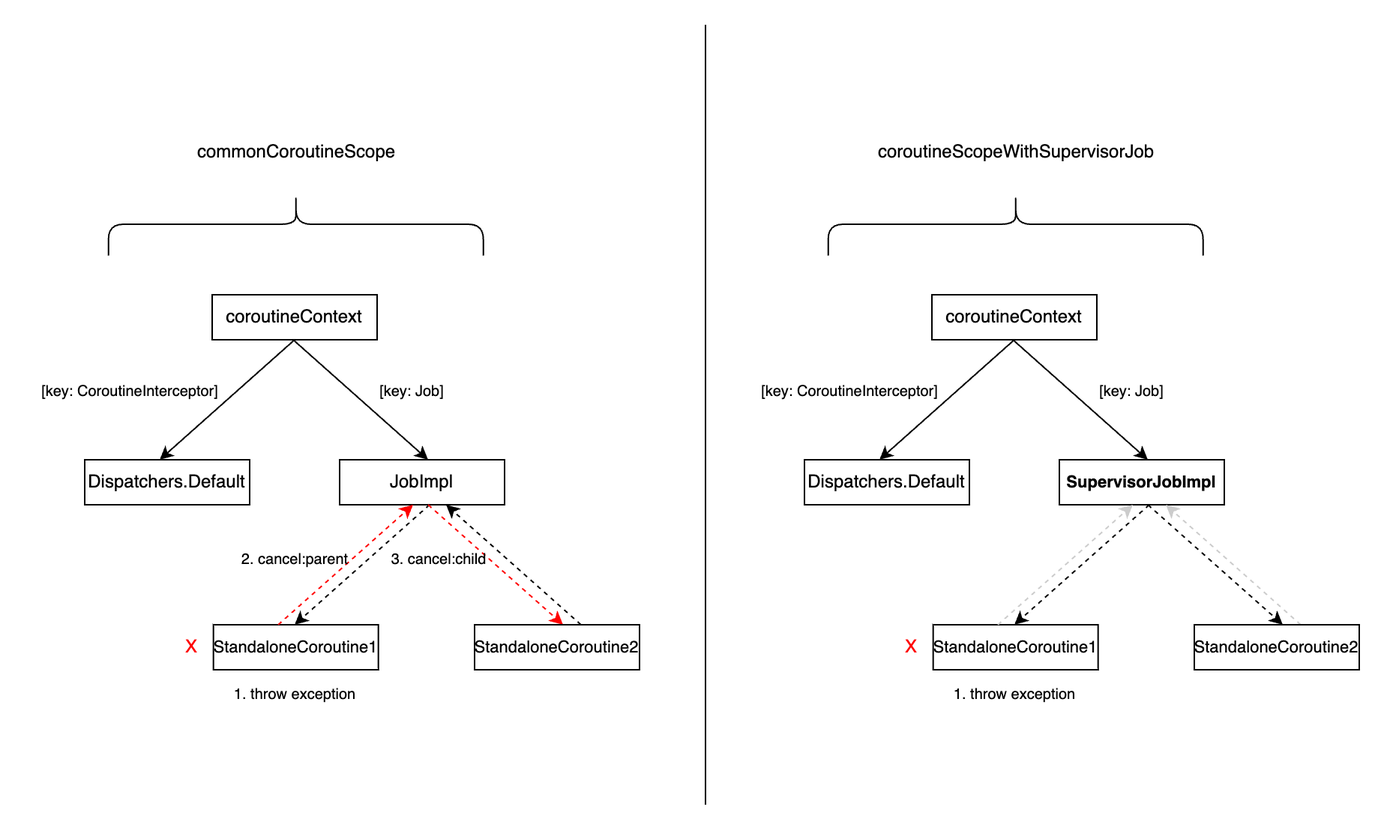
This is Supervisor.drawio.png from chdhy/ImageHosting, a draw.io export, as it was before one commit. Source tidied: cells renumbered, new cells last; positions are measured from the earlier drawing's top-left corner, leaving out a move shared by most shapes.
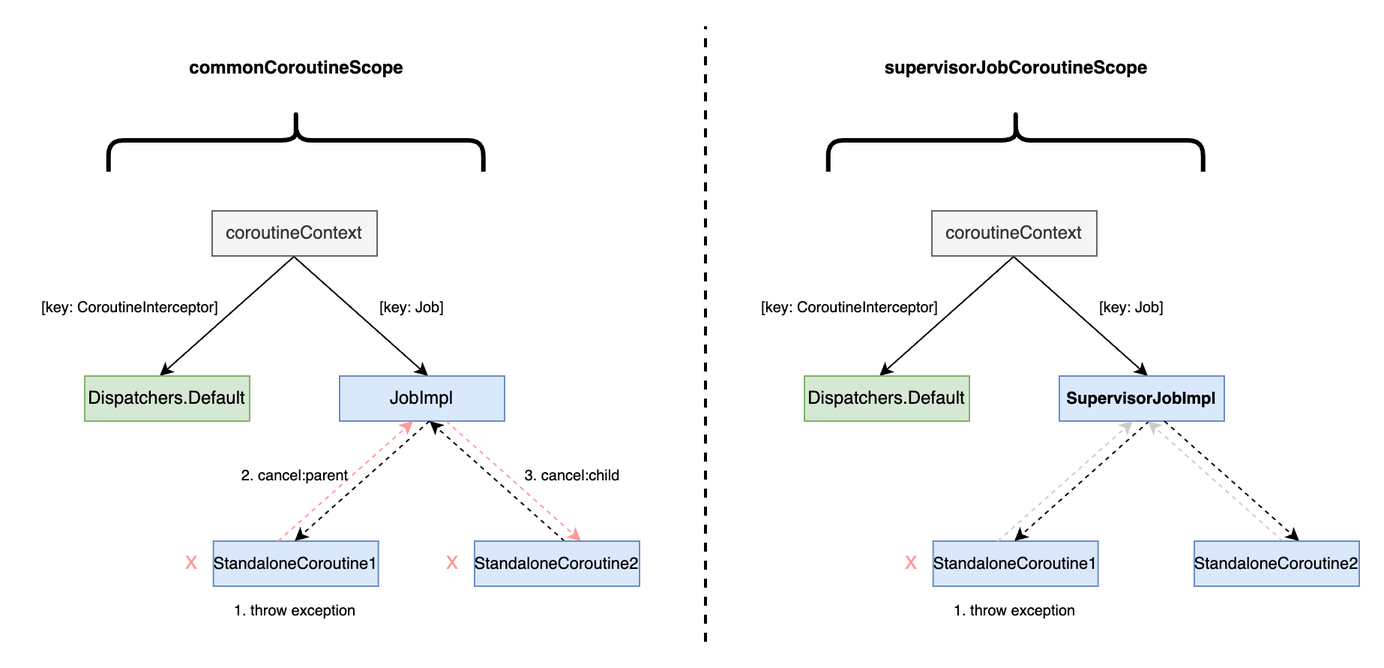
The same file after the commit.

The edit, as a diff of the source:
```diff
@@ -2,11 +2,11 @@
   <root>
     <mxCell id="0" />
     <mxCell id="1" parent="0" />
-    <mxCell id="2" style="shape=curlyBracket;whiteSpace=wrap;html=1;rounded=1;labelPosition=left;verticalLabelPosition=middle;align=right;verticalAlign=middle;direction=south;" parent="1" vertex="1">
+    <mxCell id="2" style="shape=curlyBracket;whiteSpace=wrap;html=1;rounded=1;labelPosition=left;verticalLabelPosition=middle;align=right;verticalAlign=middle;direction=south;fontStyle=1;strokeWidth=3;" parent="1" vertex="1">
       <mxGeometry x="55.8" y="112.2" width="250" height="41.7" as="geometry" />
     </mxCell>
-    <mxCell id="3" value="commonCoroutineScope" style="text;html=1;align=center;verticalAlign=middle;strokeColor=none;fillColor=none;" parent="1" vertex="1">
-      <mxGeometry x="100.8" y="70" width="160" height="30" as="geometry" />
+    <mxCell id="3" value="commonCoroutineScope" style="text;html=1;align=center;verticalAlign=middle;strokeColor=none;fillColor=none;fontSize=12;fontStyle=1;" parent="1" vertex="1">
+      <mxGeometry x="95.8" y="70" width="170" height="30" as="geometry" />
     </mxCell>
     <mxCell id="4" style="endArrow=classic;html=1;rounded=0;" parent="1" edge="1">
       <mxGeometry relative="1" as="geometry">
@@ -20,13 +20,13 @@
         <mxPoint x="269" y="290" as="targetPoint" />
       </mxGeometry>
     </mxCell>
-    <mxCell id="6" value="Dispatchers.Default" style="rounded=0;whiteSpace=wrap;html=1;" parent="1" vertex="1">
+    <mxCell id="6" value="Dispatchers.Default" style="rounded=0;whiteSpace=wrap;html=1;fillColor=#d5e8d4;strokeColor=#82b366;" parent="1" vertex="1">
       <mxGeometry x="40" y="290" width="110" height="30" as="geometry" />
     </mxCell>
-    <mxCell id="7" value="JobImpl" style="rounded=0;whiteSpace=wrap;html=1;" parent="1" vertex="1">
+    <mxCell id="7" value="JobImpl" style="rounded=0;whiteSpace=wrap;html=1;fillColor=#dae8fc;strokeColor=#6c8ebf;" parent="1" vertex="1">
       <mxGeometry x="210" y="290" width="110" height="30" as="geometry" />
     </mxCell>
-    <mxCell id="8" value="StandaloneCoroutine1" style="rounded=0;whiteSpace=wrap;html=1;fontSize=11;" parent="1" vertex="1">
+    <mxCell id="8" value="StandaloneCoroutine1" style="rounded=0;whiteSpace=wrap;html=1;fontSize=11;fillColor=#dae8fc;strokeColor=#6c8ebf;" parent="1" vertex="1">
       <mxGeometry x="125.8" y="400" width="110" height="30" as="geometry" />
     </mxCell>
     <mxCell id="9" style="endArrow=classic;html=1;rounded=0;dashed=1;" parent="1" edge="1">
@@ -41,7 +41,7 @@
     <mxCell id="11" value="[key: Job]" style="text;html=1;align=center;verticalAlign=middle;strokeColor=none;fillColor=none;fontSize=10;" parent="1" vertex="1">
       <mxGeometry x="223" y="228" width="70" height="30" as="geometry" />
     </mxCell>
-    <mxCell id="12" style="endArrow=classic;html=1;rounded=0;fontColor=#FF0000;strokeColor=#FF0000;dashed=1;" parent="1" edge="1">
+    <mxCell id="12" style="endArrow=classic;html=1;rounded=0;fontColor=#FF0000;strokeColor=#FF9999;dashed=1;" parent="1" edge="1">
       <mxGeometry relative="1" as="geometry">
         <mxPoint x="169" y="400" as="sourcePoint" />
         <mxPoint x="259" y="320" as="targetPoint" />
@@ -50,44 +50,44 @@
     <mxCell id="13" value="2. cancel:parent" style="text;html=1;align=center;verticalAlign=middle;strokeColor=none;fillColor=none;fontSize=10;" parent="1" vertex="1">
       <mxGeometry x="135" y="340" width="90" height="30" as="geometry" />
     </mxCell>
-    <mxCell id="14" style="endArrow=classic;html=1;rounded=0;strokeColor=#FF0000;dashed=1;" parent="1" edge="1">
+    <mxCell id="14" style="endArrow=classic;html=1;rounded=0;strokeColor=#FF9999;dashed=1;" parent="1" edge="1">
       <mxGeometry relative="1" as="geometry">
-        <mxPoint x="269" y="320" as="sourcePoint" />
-        <mxPoint x="359" y="400" as="targetPoint" />
+        <mxPoint x="281" y="320" as="sourcePoint" />
+        <mxPoint x="371" y="400" as="targetPoint" />
       </mxGeometry>
     </mxCell>
     <mxCell id="15" value="3. cancel:child" style="text;html=1;align=center;verticalAlign=middle;strokeColor=none;fillColor=none;fontSize=10;" parent="1" vertex="1">
-      <mxGeometry x="230.8" y="340" width="90" height="30" as="geometry" />
+      <mxGeometry x="320" y="340" width="90" height="30" as="geometry" />
     </mxCell>
     <mxCell id="16" style="endArrow=classic;html=1;rounded=0;dashed=1;" parent="1" edge="1">
       <mxGeometry relative="1" as="geometry">
-        <mxPoint x="371" y="400" as="sourcePoint" />
-        <mxPoint x="281" y="320" as="targetPoint" />
+        <mxPoint x="360" y="400" as="sourcePoint" />
+        <mxPoint x="270" y="320" as="targetPoint" />
       </mxGeometry>
     </mxCell>
-    <mxCell id="17" value="StandaloneCoroutine2" style="rounded=0;whiteSpace=wrap;html=1;fontSize=11;" parent="1" vertex="1">
+    <mxCell id="17" value="StandaloneCoroutine2" style="rounded=0;whiteSpace=wrap;html=1;fontSize=11;fillColor=#dae8fc;strokeColor=#6c8ebf;" parent="1" vertex="1">
       <mxGeometry x="300" y="400" width="110" height="30" as="geometry" />
     </mxCell>
-    <mxCell id="18" value="X" style="text;html=1;align=center;verticalAlign=middle;strokeColor=none;fillColor=none;fontColor=#FF0000;" parent="1" vertex="1">
+    <mxCell id="18" value="X" style="text;html=1;align=center;verticalAlign=middle;strokeColor=none;fillColor=none;fontColor=#FF9999;" parent="1" vertex="1">
       <mxGeometry x="95.8" y="400" width="30" height="30" as="geometry" />
     </mxCell>
     <mxCell id="19" value="1. throw exception" style="text;html=1;align=center;verticalAlign=middle;strokeColor=none;fillColor=none;fontSize=10;" parent="1" vertex="1">
       <mxGeometry x="130" y="430" width="100" height="30" as="geometry" />
     </mxCell>
-    <mxCell id="20" value="coroutineContext" style="rounded=0;whiteSpace=wrap;html=1;" parent="1" vertex="1">
+    <mxCell id="20" value="coroutineContext" style="rounded=0;whiteSpace=wrap;html=1;fillColor=#f5f5f5;fontColor=#333333;strokeColor=#666666;" parent="1" vertex="1">
       <mxGeometry x="125" y="180" width="110" height="30" as="geometry" />
     </mxCell>
-    <mxCell id="21" style="endArrow=none;html=1;rounded=0;" parent="1" edge="1">
+    <mxCell id="21" style="endArrow=none;html=1;rounded=0;dashed=1;strokeWidth=2;" parent="1" edge="1">
       <mxGeometry relative="1" as="geometry">
-        <mxPoint x="454" y="520" as="sourcePoint" />
-        <mxPoint x="454" as="targetPoint" />
+        <mxPoint x="454" y="467" as="sourcePoint" />
+        <mxPoint x="454" y="57" as="targetPoint" />
       </mxGeometry>
     </mxCell>
-    <mxCell id="22" style="shape=curlyBracket;whiteSpace=wrap;html=1;rounded=1;labelPosition=left;verticalLabelPosition=middle;align=right;verticalAlign=middle;direction=south;" parent="1" vertex="1">
+    <mxCell id="22" style="shape=curlyBracket;whiteSpace=wrap;html=1;rounded=1;labelPosition=left;verticalLabelPosition=middle;align=right;verticalAlign=middle;direction=south;fontStyle=1;strokeWidth=3;" parent="1" vertex="1">
       <mxGeometry x="535.8" y="112.2" width="250" height="41.7" as="geometry" />
     </mxCell>
-    <mxCell id="23" value="coroutineScopeWithSupervisorJob" style="text;html=1;align=center;verticalAlign=middle;strokeColor=none;fillColor=none;" parent="1" vertex="1">
-      <mxGeometry x="555.8" y="70" width="210" height="30" as="geometry" />
+    <mxCell id="23" value="supervisorJobCoroutineScope" style="text;html=1;align=center;verticalAlign=middle;strokeColor=none;fillColor=none;fontSize=12;fontStyle=1;" parent="1" vertex="1">
+      <mxGeometry x="560.8" y="70" width="200" height="30" as="geometry" />
     </mxCell>
     <mxCell id="24" style="endArrow=classic;html=1;rounded=0;" parent="1" edge="1">
       <mxGeometry relative="1" as="geometry">
@@ -101,13 +101,13 @@
         <mxPoint x="749" y="290" as="targetPoint" />
       </mxGeometry>
     </mxCell>
-    <mxCell id="26" value="Dispatchers.Default" style="rounded=0;whiteSpace=wrap;html=1;" parent="1" vertex="1">
+    <mxCell id="26" value="Dispatchers.Default" style="rounded=0;whiteSpace=wrap;html=1;fillColor=#d5e8d4;strokeColor=#82b366;" parent="1" vertex="1">
       <mxGeometry x="520" y="290" width="110" height="30" as="geometry" />
     </mxCell>
-    <mxCell id="27" value="SupervisorJobImpl" style="rounded=0;whiteSpace=wrap;html=1;fontStyle=1;fontSize=11;" parent="1" vertex="1">
+    <mxCell id="27" value="SupervisorJobImpl" style="rounded=0;whiteSpace=wrap;html=1;fontStyle=1;fontSize=11;fillColor=#dae8fc;strokeColor=#6c8ebf;" parent="1" vertex="1">
       <mxGeometry x="690" y="290" width="110" height="30" as="geometry" />
     </mxCell>
-    <mxCell id="28" value="StandaloneCoroutine1" style="rounded=0;whiteSpace=wrap;html=1;fontSize=11;" parent="1" vertex="1">
+    <mxCell id="28" value="StandaloneCoroutine1" style="rounded=0;whiteSpace=wrap;html=1;fontSize=11;fillColor=#dae8fc;strokeColor=#6c8ebf;" parent="1" vertex="1">
       <mxGeometry x="605.8" y="400" width="110" height="30" as="geometry" />
     </mxCell>
     <mxCell id="29" style="endArrow=classic;html=1;rounded=0;dashed=1;" parent="1" edge="1">
@@ -130,27 +130,30 @@
     </mxCell>
     <mxCell id="33" style="endArrow=classic;html=1;rounded=0;strokeColor=#000000;dashed=1;" parent="1" edge="1">
       <mxGeometry relative="1" as="geometry">
-        <mxPoint x="749" y="320" as="sourcePoint" />
-        <mxPoint x="839" y="400" as="targetPoint" />
+        <mxPoint x="760" y="320" as="sourcePoint" />
+        <mxPoint x="850" y="400" as="targetPoint" />
       </mxGeometry>
     </mxCell>
     <mxCell id="34" style="endArrow=classic;html=1;rounded=0;dashed=1;strokeColor=#CCCCCC;" parent="1" edge="1">
       <mxGeometry relative="1" as="geometry">
-        <mxPoint x="851" y="400" as="sourcePoint" />
-        <mxPoint x="761" y="320" as="targetPoint" />
+        <mxPoint x="839" y="400" as="sourcePoint" />
+        <mxPoint x="749" y="320" as="targetPoint" />
       </mxGeometry>
     </mxCell>
-    <mxCell id="35" value="StandaloneCoroutine2" style="rounded=0;whiteSpace=wrap;html=1;fontSize=11;" parent="1" vertex="1">
+    <mxCell id="35" value="StandaloneCoroutine2" style="rounded=0;whiteSpace=wrap;html=1;fontSize=11;fillColor=#dae8fc;strokeColor=#6c8ebf;" parent="1" vertex="1">
       <mxGeometry x="780" y="400" width="110" height="30" as="geometry" />
     </mxCell>
-    <mxCell id="36" value="X" style="text;html=1;align=center;verticalAlign=middle;strokeColor=none;fillColor=none;fontColor=#FF0000;" parent="1" vertex="1">
+    <mxCell id="36" value="X" style="text;html=1;align=center;verticalAlign=middle;strokeColor=none;fillColor=none;fontColor=#FF9999;" parent="1" vertex="1">
       <mxGeometry x="575.8" y="400" width="30" height="30" as="geometry" />
     </mxCell>
     <mxCell id="37" value="1. throw exception" style="text;html=1;align=center;verticalAlign=middle;strokeColor=none;fillColor=none;fontSize=10;" parent="1" vertex="1">
       <mxGeometry x="610" y="430" width="100" height="30" as="geometry" />
     </mxCell>
-    <mxCell id="38" value="coroutineContext" style="rounded=0;whiteSpace=wrap;html=1;" parent="1" vertex="1">
+    <mxCell id="38" value="coroutineContext" style="rounded=0;whiteSpace=wrap;html=1;fillColor=#f5f5f5;fontColor=#333333;strokeColor=#666666;" parent="1" vertex="1">
       <mxGeometry x="605" y="180" width="110" height="30" as="geometry" />
     </mxCell>
+    <mxCell id="39" value="X" style="text;html=1;align=center;verticalAlign=middle;strokeColor=none;fillColor=none;fontColor=#FF9999;" parent="1" vertex="1">
+      <mxGeometry x="270" y="400" width="30" height="30" as="geometry" />
+    </mxCell>
   </root>
 </mxGraphModel>
```
